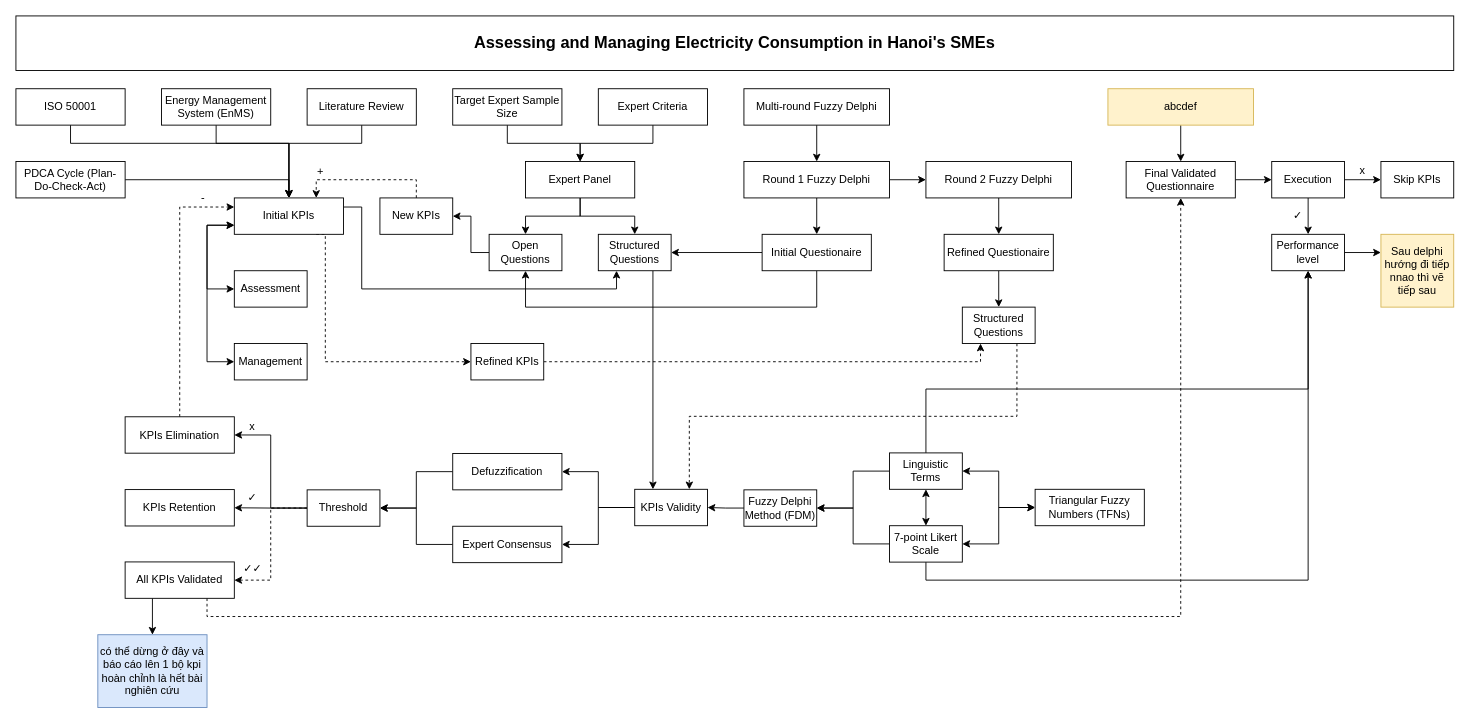
Earlier version of the draw.io diagram delphi-huong-trang.drawio (hnks-gh/draw.io). Source tidied: cells renumbered, new cells numbered last; positions are measured from the earlier drawing's top-left corner, leaving out a move shared by most shapes. Both pictures are drawn from the tidied source at 91%, with x=0, y=0 at pixel (15, 15).
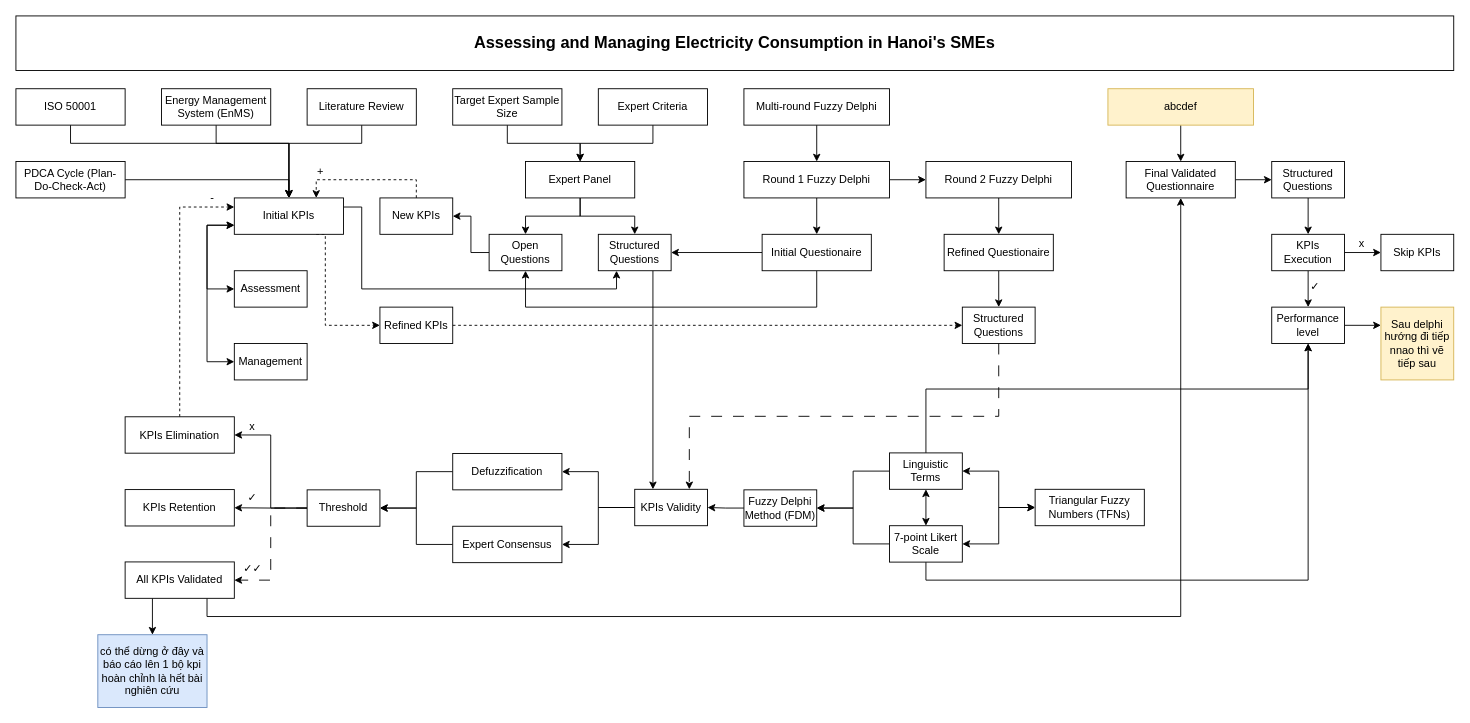
The same page after the edit.

Unchanged cells that the change refers to:
```xml
<mxCell id="5" value="Initial KPIs" style="rounded=0;whiteSpace=wrap;html=1;" parent="1" vertex="1">
  <mxGeometry x="240" y="200" width="120" height="40" as="geometry" />
</mxCell>
<mxCell id="42" value="KPIs&amp;nbsp;Validity" style="rounded=0;whiteSpace=wrap;html=1;" parent="1" vertex="1">
  <mxGeometry x="680" y="520.2" width="80" height="40" as="geometry" />
</mxCell>
<mxCell id="64" value="Threshold" style="rounded=0;whiteSpace=wrap;html=1;strokeColor=default;" parent="1" vertex="1">
  <mxGeometry x="320" y="520.8" width="80" height="40" as="geometry" />
</mxCell>
<mxCell id="78" value="Structured Questions" style="rounded=0;whiteSpace=wrap;html=1;" parent="1" vertex="1">
  <mxGeometry x="1040" y="320" width="80" height="40" as="geometry" />
</mxCell>
<mxCell id="82" value="Final Validated Questionnaire" style="rounded=0;whiteSpace=wrap;html=1;" parent="1" vertex="1">
  <mxGeometry x="1220" y="160" width="120" height="40" as="geometry" />
</mxCell>
<mxCell id="85" value="All KPIs Validated" style="rounded=0;whiteSpace=wrap;html=1;strokeColor=default;" parent="1" vertex="1">
  <mxGeometry x="120" y="600" width="120" height="40" as="geometry" />
</mxCell>
```

The edit, as a diff of the source:
```diff
@@
     <mxCell id="4" style="edgeStyle=orthogonalEdgeStyle;rounded=0;jettySize=auto;html=1;exitX=0.75;exitY=1;exitDx=0;exitDy=0;entryX=0;entryY=0.5;entryDx=0;entryDy=0;dashed=1;" parent="1" edge="1" source="5" target="90">
       <mxGeometry relative="1" as="geometry">
         <Array as="points">
           <mxPoint x="340" y="240" />
-          <mxPoint x="340" y="380" />
+          <mxPoint x="340" y="340" />
         </Array>
       </mxGeometry>
     </mxCell>
@@
-    <mxCell id="45" value="Execution" style="rounded=0;whiteSpace=wrap;html=1;" parent="1" vertex="1">
-      <mxGeometry x="1380" y="160" width="80" height="40" as="geometry" />
+    <mxCell id="45" value="KPIs Execution" style="rounded=0;whiteSpace=wrap;html=1;" parent="1" vertex="1">
+      <mxGeometry x="1380" y="240" width="80" height="40" as="geometry" />
     </mxCell>
@@
     <mxCell id="48" value="Skip KPIs" style="rounded=0;whiteSpace=wrap;html=1;" parent="1" vertex="1">
-      <mxGeometry x="1500" y="160" width="80" height="40" as="geometry" />
+      <mxGeometry x="1500" y="240" width="80" height="40" as="geometry" />
     </mxCell>
     <mxCell id="49" value="✓" style="rounded=0;whiteSpace=wrap;html=1;strokeColor=none;fillColor=none;" parent="1" vertex="1">
-      <mxGeometry x="1404" y="215" width="10" height="10" as="geometry" />
+      <mxGeometry x="1423" y="293" width="10" height="10" as="geometry" />
     </mxCell>
     <mxCell id="50" value="x" style="rounded=0;whiteSpace=wrap;html=1;strokeColor=none;fillColor=none;" parent="1" vertex="1">
-      <mxGeometry x="1470" y="165" width="20" height="10" as="geometry" />
+      <mxGeometry x="1469" y="245" width="20" height="10" as="geometry" />
     </mxCell>
@@
     <mxCell id="52" value="Performance level" style="rounded=0;whiteSpace=wrap;html=1;strokeColor=default;" parent="1" vertex="1">
-      <mxGeometry x="1380" y="240" width="80" height="40" as="geometry" />
+      <mxGeometry x="1380" y="320" width="80" height="40" as="geometry" />
     </mxCell>
@@
-    <mxCell id="63" style="edgeStyle=orthogonalEdgeStyle;rounded=0;jettySize=auto;html=1;exitX=0;exitY=0.5;exitDx=0;exitDy=0;entryX=1;entryY=0.5;entryDx=0;entryDy=0;dashed=1;" parent="1" edge="1" source="64" target="85">
+    <mxCell id="63" style="edgeStyle=orthogonalEdgeStyle;rounded=0;jettySize=auto;html=1;exitX=0;exitY=0.5;exitDx=0;exitDy=0;entryX=1;entryY=0.5;entryDx=0;entryDy=0;dashed=1;dashPattern=12 12;" parent="1" edge="1" source="64" target="85">
       <mxGeometry relative="1" as="geometry" />
     </mxCell>
@@
     <mxCell id="72" value="-" style="rounded=0;whiteSpace=wrap;html=1;strokeColor=none;fillColor=none;" parent="1" vertex="1">
-      <mxGeometry x="201" y="195" width="10" height="10" as="geometry" />
+      <mxGeometry x="211" y="195" width="10" height="10" as="geometry" />
     </mxCell>
@@
-    <mxCell id="77" style="edgeStyle=orthogonalEdgeStyle;rounded=0;jettySize=auto;html=1;exitX=0.75;exitY=1;exitDx=0;exitDy=0;entryX=0.75;entryY=0;entryDx=0;entryDy=0;dashed=1;" parent="1" edge="1" source="78" target="42">
+    <mxCell id="77" style="edgeStyle=orthogonalEdgeStyle;rounded=0;jettySize=auto;html=1;exitX=0.5;exitY=1;exitDx=0;exitDy=0;entryX=0.75;entryY=0;entryDx=0;entryDy=0;dashed=1;dashPattern=12 12;" parent="1" edge="1" source="78" target="42">
       <mxGeometry relative="1" as="geometry">
         <Array as="points">
-          <mxPoint x="1100" y="440" />
+          <mxPoint x="1080" y="440" />
           <mxPoint x="740" y="440" />
         </Array>
       </mxGeometry>
     </mxCell>
@@
-    <mxCell id="81" style="edgeStyle=orthogonalEdgeStyle;rounded=0;jettySize=auto;html=1;exitX=1;exitY=0.5;exitDx=0;exitDy=0;entryX=0;entryY=0.5;entryDx=0;entryDy=0;" parent="1" edge="1" source="82" target="45">
-      <mxGeometry relative="1" as="geometry" />
-    </mxCell>
+    <mxCell id="95" style="edgeStyle=orthogonalEdgeStyle;rounded=0;jettySize=auto;html=1;exitX=1;exitY=0.5;exitDx=0;exitDy=0;entryX=0;entryY=0.5;entryDx=0;entryDy=0;" parent="1" edge="1" source="82" target="97">
+      <mxGeometry relative="1" as="geometry" />
+    </mxCell>
@@
-    <mxCell id="83" style="edgeStyle=orthogonalEdgeStyle;rounded=0;jettySize=auto;html=1;exitX=0.75;exitY=1;exitDx=0;exitDy=0;entryX=0.5;entryY=1;entryDx=0;entryDy=0;dashed=1;" parent="1" edge="1" source="85" target="82">
+    <mxCell id="83" style="edgeStyle=orthogonalEdgeStyle;rounded=0;jettySize=auto;html=1;exitX=0.75;exitY=1;exitDx=0;exitDy=0;entryX=0.5;entryY=1;entryDx=0;entryDy=0;" parent="1" edge="1" source="85" target="82">
       <mxGeometry relative="1" as="geometry" />
     </mxCell>
@@
-    <mxCell id="89" style="edgeStyle=orthogonalEdgeStyle;rounded=0;jettySize=auto;html=1;exitX=1;exitY=0.5;exitDx=0;exitDy=0;entryX=0.25;entryY=1;entryDx=0;entryDy=0;dashed=1;" parent="1" edge="1" source="90" target="78">
+    <mxCell id="89" style="edgeStyle=orthogonalEdgeStyle;rounded=0;jettySize=auto;html=1;exitX=1;exitY=0.5;exitDx=0;exitDy=0;entryX=0;entryY=0.5;entryDx=0;entryDy=0;dashed=1;" parent="1" edge="1" source="90" target="78">
       <mxGeometry relative="1" as="geometry" />
     </mxCell>
     <mxCell id="90" value="Refined KPIs" style="rounded=0;whiteSpace=wrap;html=1;" parent="1" vertex="1">
-      <mxGeometry x="500" y="360" width="80" height="40" as="geometry" />
+      <mxGeometry x="400" y="320" width="80" height="40" as="geometry" />
     </mxCell>
@@
     <mxCell id="94" value="Sau delphi hướng đi tiếp nnao thì vẽ tiếp sau" style="rounded=0;whiteSpace=wrap;html=1;fillColor=#fff2cc;strokeColor=#d6b656;" parent="1" vertex="1">
-      <mxGeometry x="1500" y="240" width="80" height="80" as="geometry" />
+      <mxGeometry x="1500" y="320" width="80" height="80" as="geometry" />
     </mxCell>
+    <mxCell id="96" style="edgeStyle=orthogonalEdgeStyle;rounded=0;jettySize=auto;html=1;exitX=0.5;exitY=1;exitDx=0;exitDy=0;entryX=0.5;entryY=0;entryDx=0;entryDy=0;" parent="1" edge="1" source="97" target="45">
+      <mxGeometry relative="1" as="geometry" />
+    </mxCell>
+    <mxCell id="97" value="Structured Questions" style="rounded=0;whiteSpace=wrap;html=1;" parent="1" vertex="1">
+      <mxGeometry x="1380" y="160" width="80" height="40" as="geometry" />
+    </mxCell>
```
